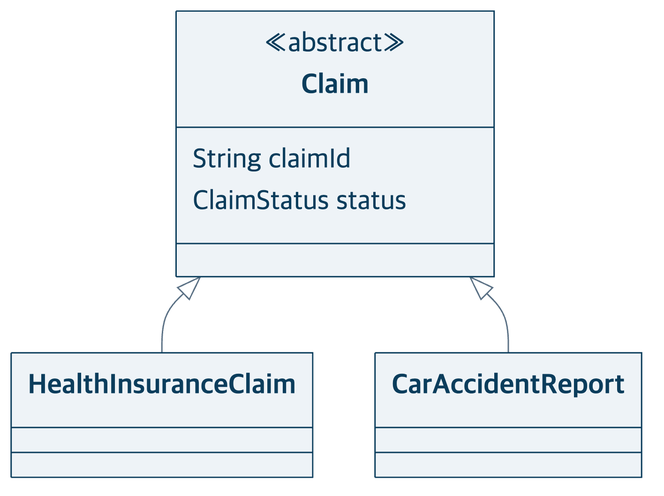
This is docs/presentation/diagrams/clusters/claim-design.png from heyoonyoon/distributed-programming, a Mermaid export, as it was before one commit. Its source is kept beside it as docs/presentation/diagrams/clusters/claim-design.mmd.
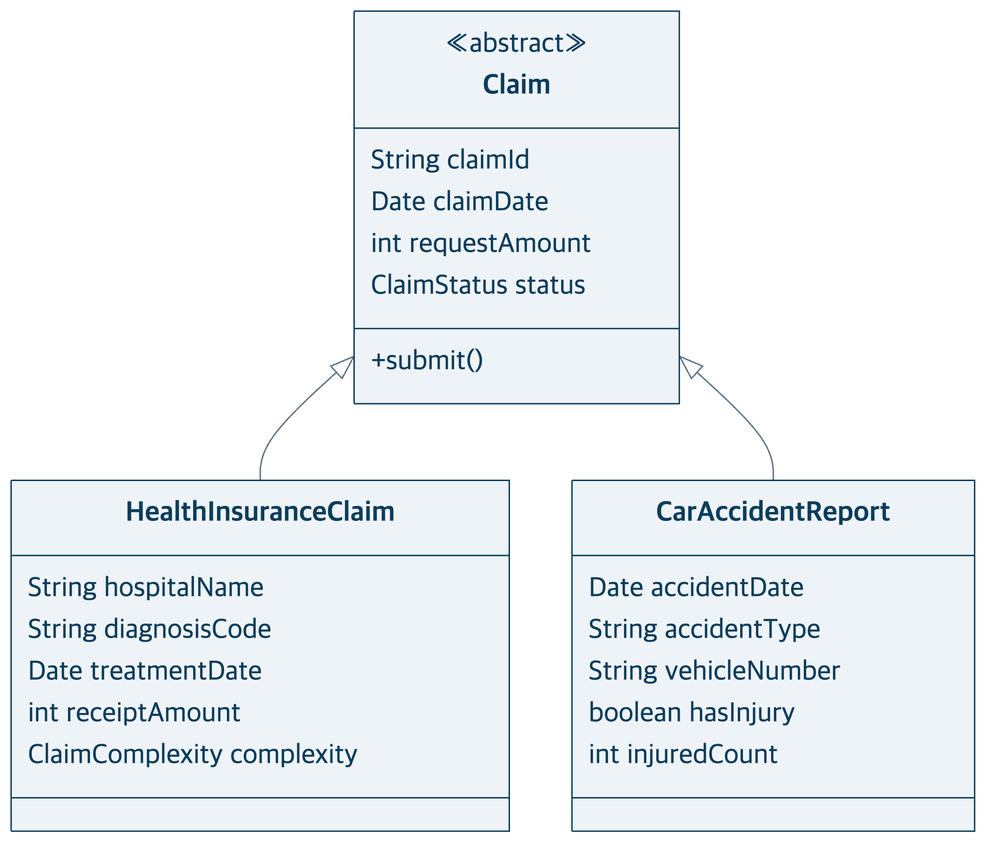
Above is the later version.

Change to the diagram source:
```diff
@@ -3,9 +3,24 @@
 class Claim {
   <<abstract>>
   String claimId
+  Date claimDate
+  int requestAmount
   ClaimStatus status
+  +submit()
 }
-class HealthInsuranceClaim
-class CarAccidentReport
+class HealthInsuranceClaim {
+  String hospitalName
+  String diagnosisCode
+  Date treatmentDate
+  int receiptAmount
+  ClaimComplexity complexity
+}
+class CarAccidentReport {
+  Date accidentDate
+  String accidentType
+  String vehicleNumber
+  boolean hasInjury
+  int injuredCount
+}
 Claim <|-- HealthInsuranceClaim
 Claim <|-- CarAccidentReport
```
